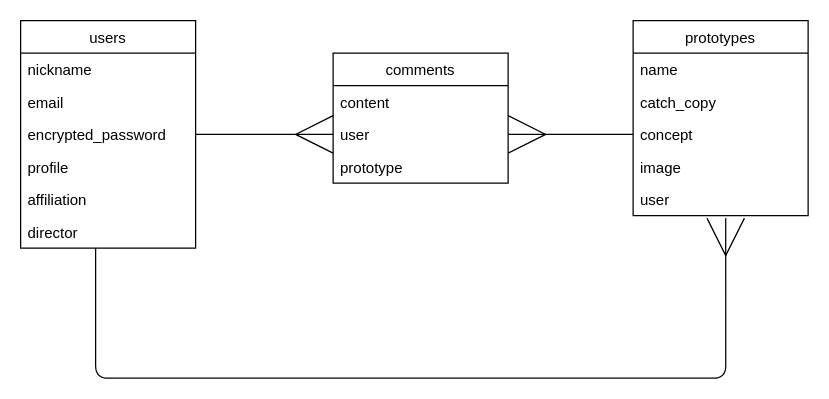
Earlier version of the draw.io diagram protospace.dio (taiyakio/protospace-fukui2021-amachan). Source tidied: cells renumbered, new cells numbered last; positions are measured from the earlier drawing's top-left corner, leaving out a move shared by most shapes. Both pictures are drawn from the tidied source at 125%, with x=0, y=0 at pixel (20, 20).
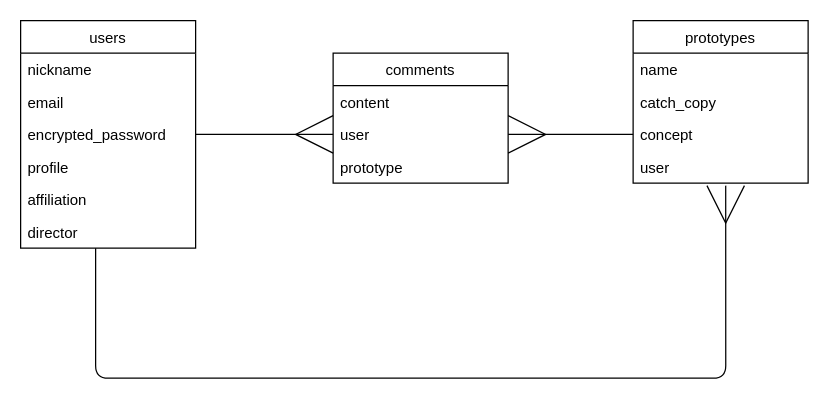
After the change.

Change to the diagram source:
```diff
@@
     <mxCell id="11" value="prototypes" style="swimlane;fontStyle=0;horizontal=1;startSize=26;" parent="1" vertex="1">
-      <mxGeometry x="490" width="140" height="156" as="geometry" />
+      <mxGeometry x="490" width="140" height="130" as="geometry" />
     </mxCell>
@@
-    <mxCell id="15" value="image" style="text;strokeColor=none;fillColor=none;align=left;verticalAlign=top;spacingLeft=4;spacingRight=4;overflow=hidden;" parent="11" vertex="1">
-      <mxGeometry y="104" width="140" height="26" as="geometry" />
-    </mxCell>
     <mxCell id="16" value="user" style="text;strokeColor=none;fillColor=none;align=left;verticalAlign=top;spacingLeft=4;spacingRight=4;overflow=hidden;points=[[0,0.5],[1,0.5]];portConstraint=eastwest;" parent="11" vertex="1">
-      <mxGeometry y="130" width="140" height="26" as="geometry" />
+      <mxGeometry y="104" width="140" height="26" as="geometry" />
     </mxCell>
```
